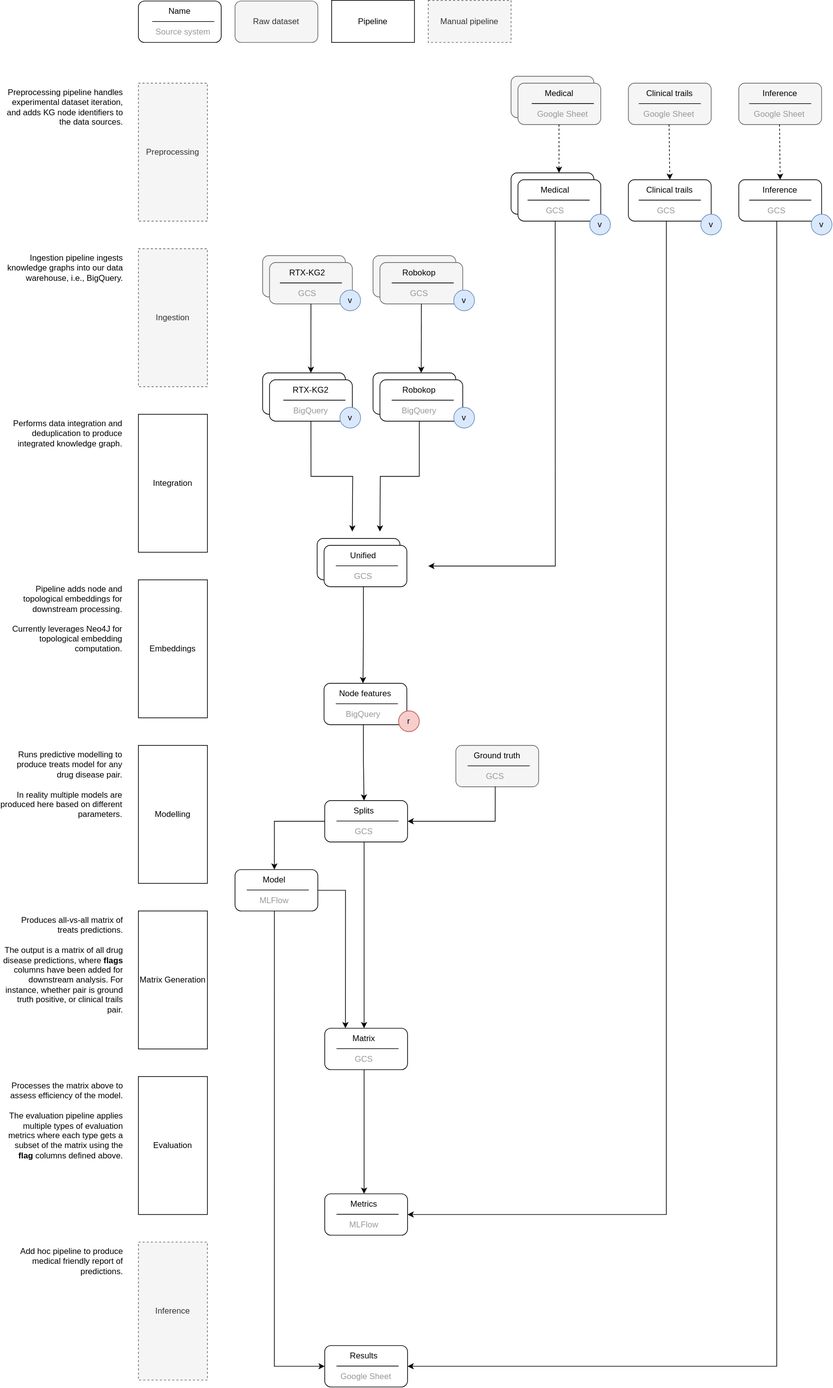
everycure-org/matrix keeps this draw.io diagram as docs/src/assets/img/pipeline.svg. Above is the earlier version. Source tidied: cells renumbered, new cells last; positions are measured from the earlier drawing's top-left corner, leaving out a move shared by most shapes.
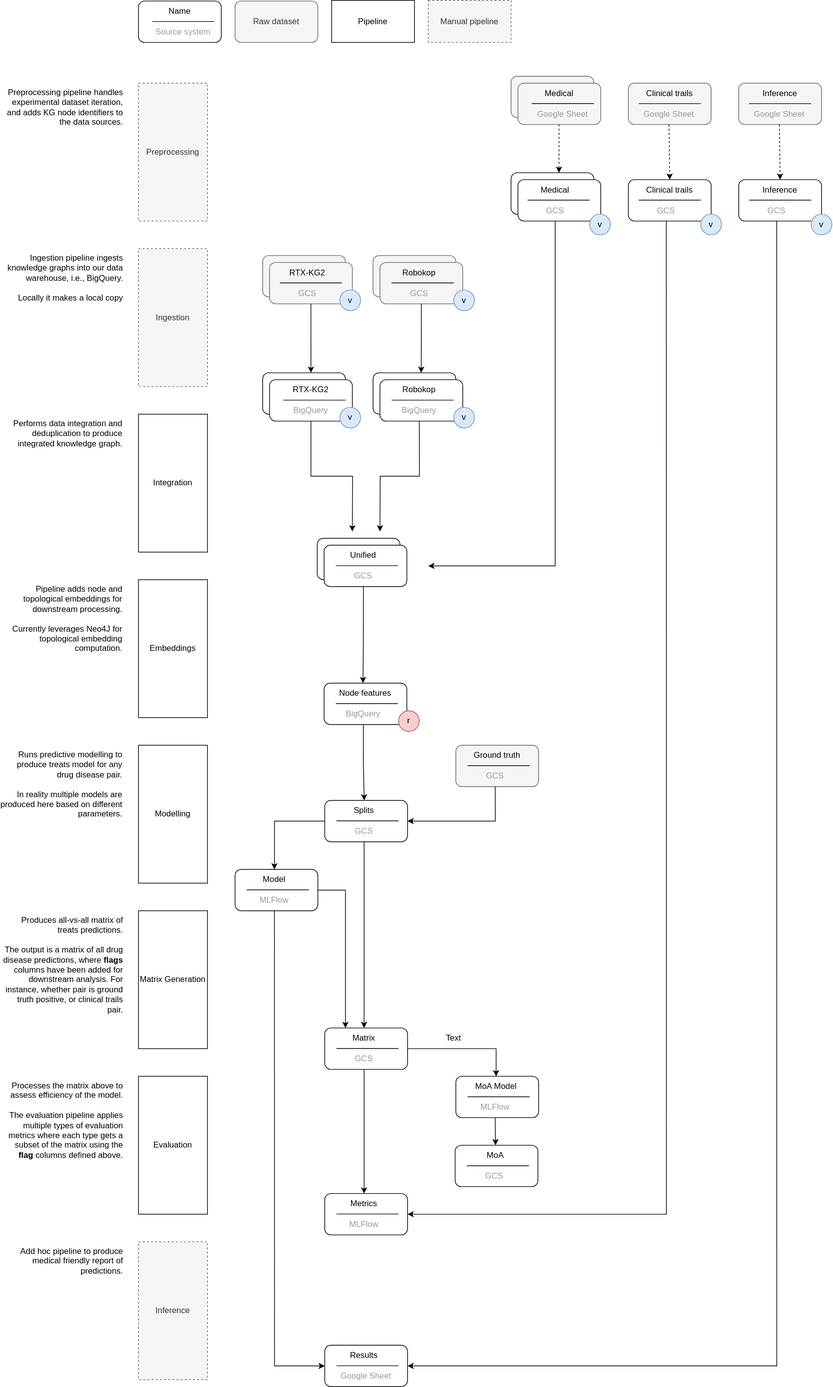
The same diagram one commit later.

The edit, as a diff of the source:
```diff
@@ -382,7 +382,7 @@
     <mxCell id="108" value="Preprocessing pipeline handles experimental dataset iteration, and adds KG node identifiers to the data sources." style="text;html=1;align=right;verticalAlign=top;whiteSpace=wrap;rounded=0;" parent="1" vertex="1">
       <mxGeometry x="1" y="120" width="180" height="160" as="geometry" />
     </mxCell>
-    <mxCell id="109" value="Ingestion pipeline ingests knowledge graphs into our data warehouse, i.e., BigQuery." style="text;html=1;align=right;verticalAlign=top;whiteSpace=wrap;rounded=0;" parent="1" vertex="1">
+    <mxCell id="109" value="Ingestion pipeline ingests knowledge graphs into our data warehouse, i.e., BigQuery.&lt;div&gt;&lt;br&gt;&lt;/div&gt;&lt;div&gt;Locally it makes a local copy&lt;/div&gt;" style="text;html=1;align=right;verticalAlign=top;whiteSpace=wrap;rounded=0;" parent="1" vertex="1">
       <mxGeometry x="1" y="360" width="180" height="160" as="geometry" />
     </mxCell>
     <mxCell id="110" value="Preprocessing" style="rounded=0;whiteSpace=wrap;html=1;fillColor=#f5f5f5;strokeColor=#666666;fontColor=#333333;dashed=1;" parent="1" vertex="1">
@@ -475,5 +475,50 @@
     <mxCell id="136" value="Inference" style="text;html=1;align=center;verticalAlign=middle;whiteSpace=wrap;rounded=0;" parent="1" vertex="1">
       <mxGeometry x="1081" y="260" width="100" height="30" as="geometry" />
     </mxCell>
+    <mxCell id="137" style="group;" parent="1" vertex="1">
+      <mxGeometry x="661" y="1560" width="120" height="60" as="geometry" />
+    </mxCell>
+    <mxCell id="138" style="rounded=1;whiteSpace=wrap;html=1;spacingBottom=15;" parent="137" vertex="1">
+      <mxGeometry width="120" height="60" as="geometry" />
+    </mxCell>
+    <mxCell id="139" style="endArrow=none;html=1;rounded=0;" parent="137" edge="1">
+      <mxGeometry relative="1" as="geometry">
+        <mxPoint x="17" y="29.7" as="sourcePoint" />
+        <mxPoint x="107" y="29.7" as="targetPoint" />
+      </mxGeometry>
+    </mxCell>
+    <mxCell id="140" value="MoA Model" style="text;html=1;align=center;verticalAlign=middle;whiteSpace=wrap;rounded=0;" parent="137" vertex="1">
+      <mxGeometry x="27" width="63" height="30" as="geometry" />
+    </mxCell>
+    <mxCell id="141" value="MLFlow" style="text;html=1;align=center;verticalAlign=middle;whiteSpace=wrap;rounded=0;fontColor=#999999;" parent="137" vertex="1">
+      <mxGeometry x="27" y="30" width="60" height="30" as="geometry" />
+    </mxCell>
+    <mxCell id="142" style="edgeStyle=orthogonalEdgeStyle;rounded=0;jettySize=auto;html=1;exitX=1;exitY=0.5;exitDx=0;exitDy=0;" parent="1" edge="1" source="83" target="140">
+      <mxGeometry relative="1" as="geometry" />
+    </mxCell>
+    <mxCell id="143" style="group;" parent="1" vertex="1">
+      <mxGeometry x="660" y="1660" width="120" height="60" as="geometry" />
+    </mxCell>
+    <mxCell id="144" style="rounded=1;whiteSpace=wrap;html=1;spacingBottom=15;" parent="143" vertex="1">
+      <mxGeometry width="120" height="60" as="geometry" />
+    </mxCell>
+    <mxCell id="145" style="endArrow=none;html=1;rounded=0;" parent="143" edge="1">
+      <mxGeometry relative="1" as="geometry">
+        <mxPoint x="17" y="29.7" as="sourcePoint" />
+        <mxPoint x="107" y="29.7" as="targetPoint" />
+      </mxGeometry>
+    </mxCell>
+    <mxCell id="146" value="MoA" style="text;html=1;align=center;verticalAlign=middle;whiteSpace=wrap;rounded=0;" parent="143" vertex="1">
+      <mxGeometry x="27" width="63" height="30" as="geometry" />
+    </mxCell>
+    <mxCell id="147" value="GCS" style="text;html=1;align=center;verticalAlign=middle;whiteSpace=wrap;rounded=0;fontColor=#999999;" parent="143" vertex="1">
+      <mxGeometry x="27" y="30" width="60" height="30" as="geometry" />
+    </mxCell>
+    <mxCell id="148" style="edgeStyle=orthogonalEdgeStyle;rounded=0;jettySize=auto;html=1;exitX=0.5;exitY=1;exitDx=0;exitDy=0;" parent="1" edge="1" source="141" target="146">
+      <mxGeometry relative="1" as="geometry" />
+    </mxCell>
+    <mxCell id="149" value="Text" style="text;html=1;align=center;verticalAlign=middle;whiteSpace=wrap;rounded=0;" parent="1" vertex="1">
+      <mxGeometry x="628" y="1490" width="60" height="30" as="geometry" />
+    </mxCell>
   </root>
 </mxGraphModel>
```
